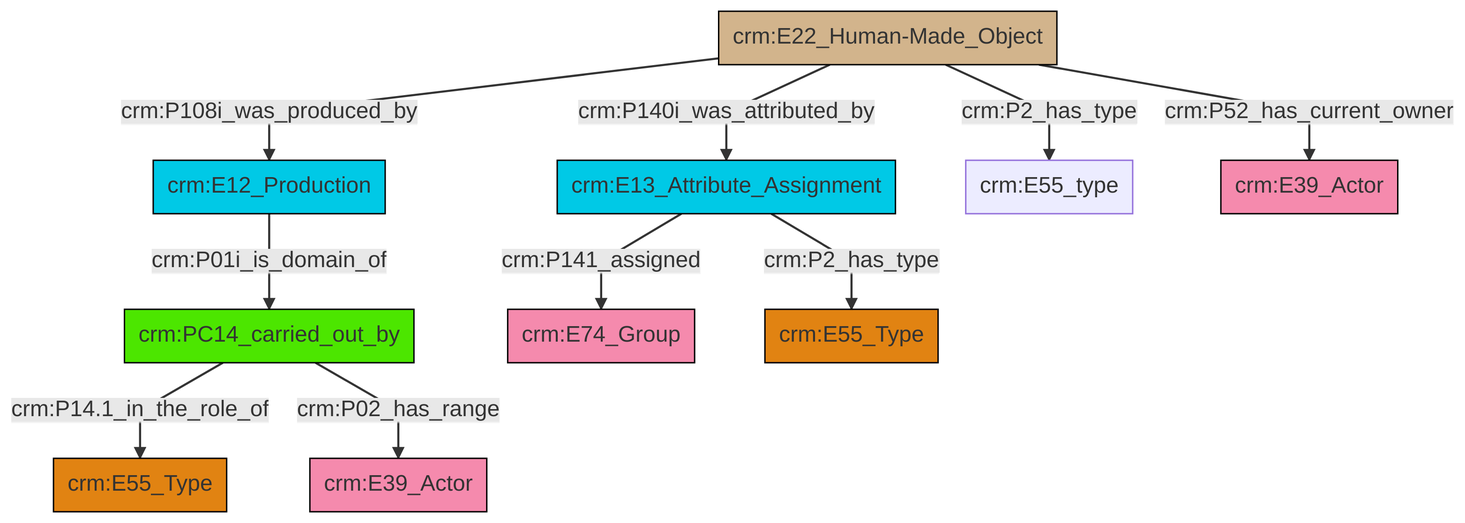
The Mermaid diagram et/builtWorkCSV/ttl/mmd/png/Built_Work_actor_relations.png in swiss-art-research-net/reference-data-models, before a commit. Its source is kept beside it as et/builtWorkCSV/ttl/mmd/Built_Work_actor_relations.ttl.mmd.
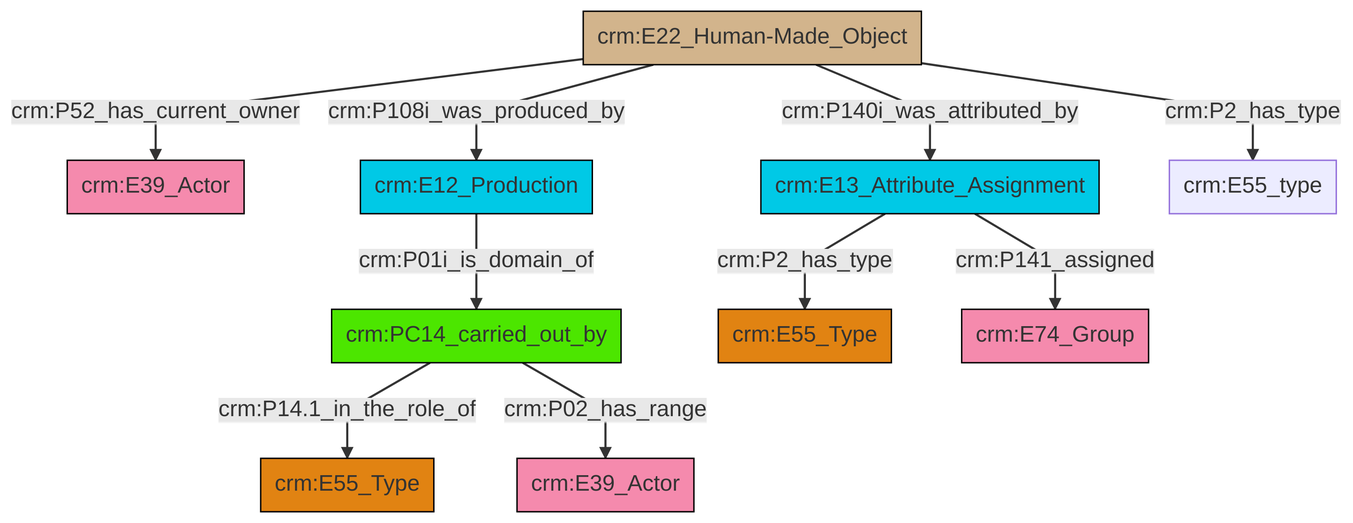
Later version of the same file.

The edit, as a diff of the source:
```diff
@@ -13,12 +13,12 @@
 classDef PC_Classes fill:#4ce600, stroke:#000000;
 classDef Multi fill:#cccccc,stroke:#000000;
 
-0["crm:E22_Human-Made_Object"]:::Physical_Thing -->|crm:P108i_was_produced_by| 4["crm:E12_Production"]:::Temporal_Entity
-2["crm:PC14_carried_out_by"]:::PC_Classes -->|crm:P14.1_in_the_role_of| 10["crm:E55_Type"]:::Type
-11["crm:E13_Attribute_Assignment"]:::Temporal_Entity -->|crm:P2_has_type| 8["crm:E55_Type"]:::Type
-2["crm:PC14_carried_out_by"]:::PC_Classes -->|crm:P02_has_range| 16["crm:E39_Actor"]:::Actor
-4["crm:E12_Production"]:::Temporal_Entity -->|crm:P01i_is_domain_of| 2["crm:PC14_carried_out_by"]:::PC_Classes
-0["crm:E22_Human-Made_Object"]:::Physical_Thing -->|crm:P140i_was_attributed_by| 11["crm:E13_Attribute_Assignment"]:::Temporal_Entity
-0["crm:E22_Human-Made_Object"]:::Physical_Thing -->|crm:P52_has_current_owner| 14["crm:E39_Actor"]:::Actor
-11["crm:E13_Attribute_Assignment"]:::Temporal_Entity -->|crm:P141_assigned| 6["crm:E74_Group"]:::Actor
-0["crm:E22_Human-Made_Object"]:::Physical_Thing -->|crm:P2_has_type| 12["crm:E55_type"]:::Default
+0["crm:PC14_carried_out_by"]:::PC_Classes -->|crm:P14.1_in_the_role_of| 1["crm:E55_Type"]:::Type
+4["crm:E22_Human-Made_Object"]:::Physical_Thing -->|crm:P52_has_current_owner| 2["crm:E39_Actor"]:::Actor
+7["crm:E13_Attribute_Assignment"]:::Temporal_Entity -->|crm:P141_assigned| 8["crm:E74_Group"]:::Actor
+4["crm:E22_Human-Made_Object"]:::Physical_Thing -->|crm:P140i_was_attributed_by| 7["crm:E13_Attribute_Assignment"]:::Temporal_Entity
+4["crm:E22_Human-Made_Object"]:::Physical_Thing -->|crm:P108i_was_produced_by| 9["crm:E12_Production"]:::Temporal_Entity
+4["crm:E22_Human-Made_Object"]:::Physical_Thing -->|crm:P2_has_type| 11["crm:E55_type"]:::Default
+0["crm:PC14_carried_out_by"]:::PC_Classes -->|crm:P02_has_range| 14["crm:E39_Actor"]:::Actor
+9["crm:E12_Production"]:::Temporal_Entity -->|crm:P01i_is_domain_of| 0["crm:PC14_carried_out_by"]:::PC_Classes
+7["crm:E13_Attribute_Assignment"]:::Temporal_Entity -->|crm:P2_has_type| 5["crm:E55_Type"]:::Type
```
